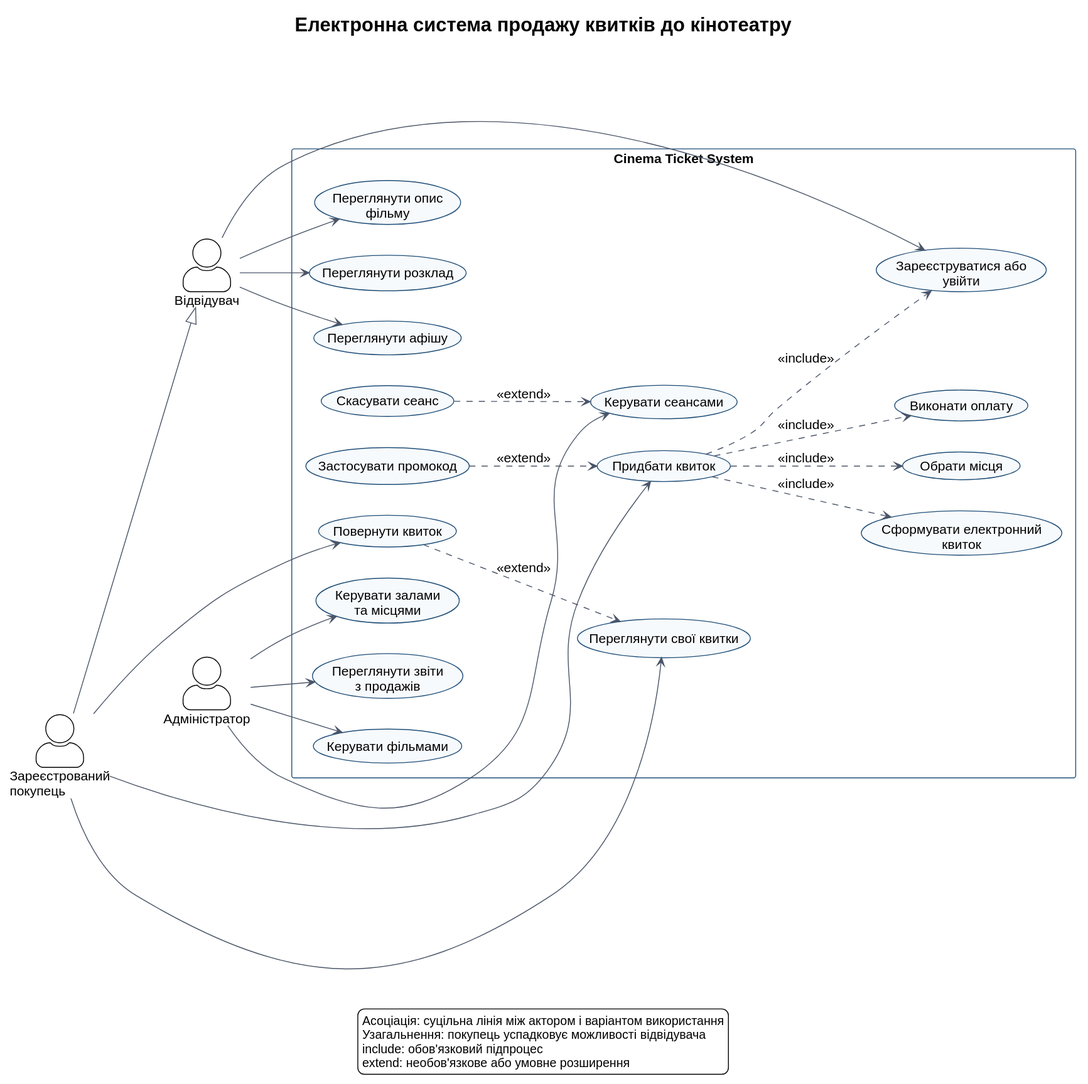
Above: docs/use-case-diagram.svg in malyk-denys/php-ci-cd-lab (PlantUML), before the change.
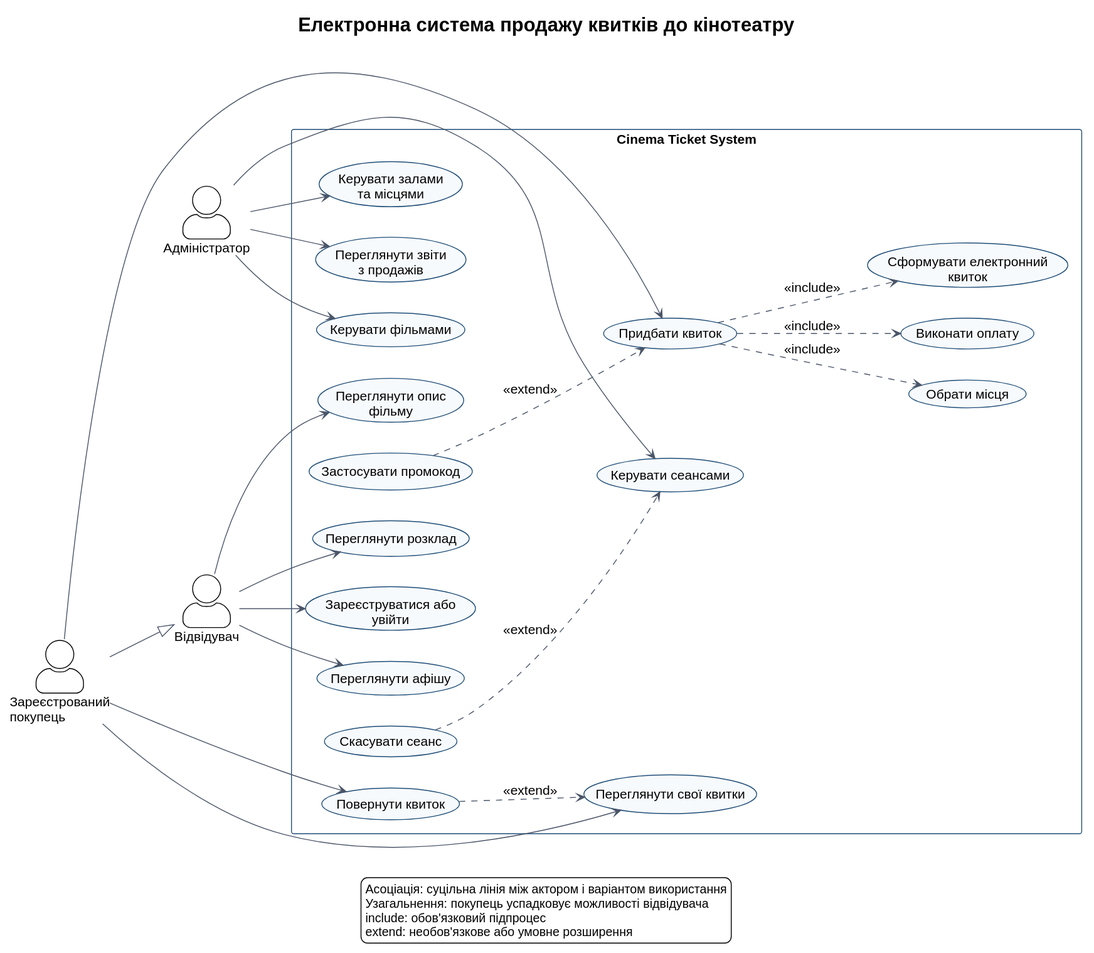
After the commit.

Commit message:
Polish Lab 2 report and validate diagrams

What changed in the source:
```diff
@@ -56,7 +56,6 @@
 Administrator --> UC_ManageHalls
 Administrator --> UC_Reports
 
-UC_Buy ..> UC_Auth : <<include>>
 UC_Buy ..> UC_Seats : <<include>>
 UC_Buy ..> UC_Pay : <<include>>
 UC_Buy ..> UC_Ticket : <<include>>
```
